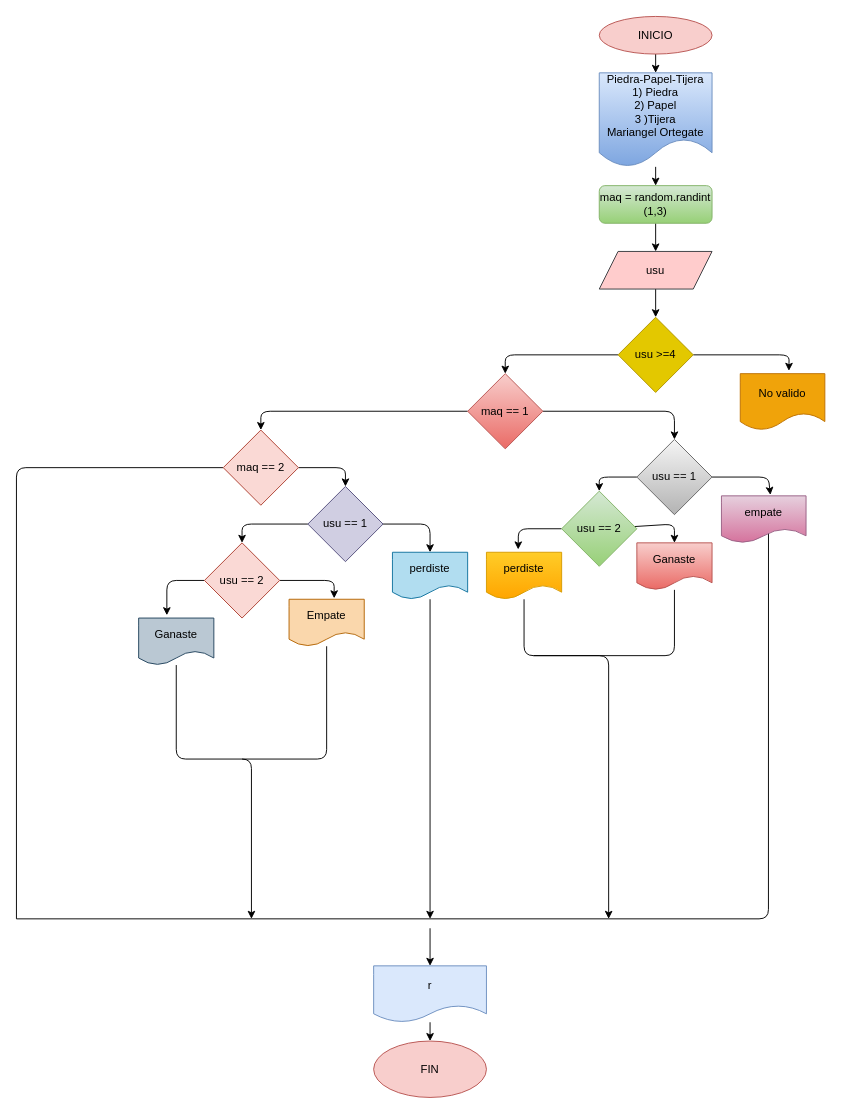
The draw.io diagram diagrama.drawio in Ortegatemariangel/Piedra_Papel_Tijera, before the edit. Source tidied: cells renumbered, new cells numbered last; positions are measured from the earlier drawing's top-left corner, leaving out a move shared by most shapes. Both pictures are drawn from the tidied source at 94%, with x=0, y=0 at pixel (16, 16).
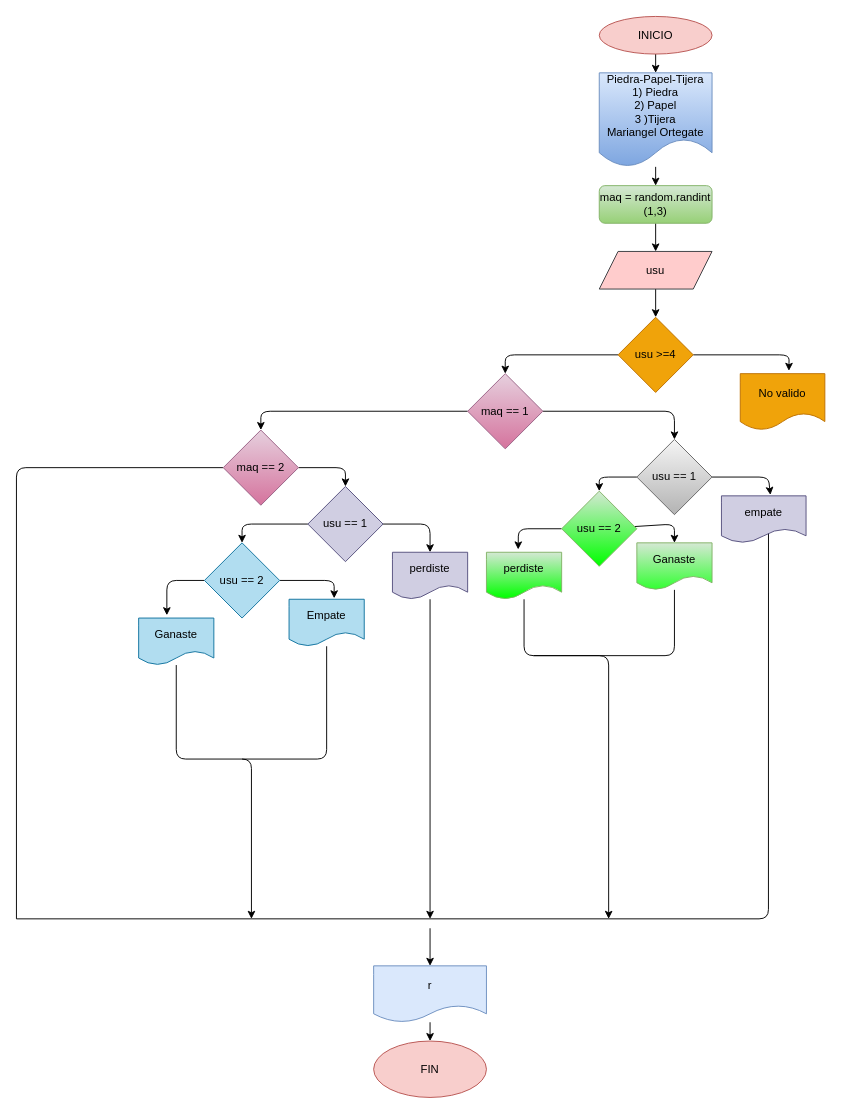
After the change.

What changed in the source:
```diff
@@
-    <mxCell id="12" value="usu &amp;gt;=4" style="rhombus;whiteSpace=wrap;html=1;fillColor=#e3c800;fontColor=#000000;strokeColor=#B09500;" parent="1" vertex="1">
+    <mxCell id="12" value="usu &amp;gt;=4" style="rhombus;whiteSpace=wrap;html=1;fillColor=#f0a30a;strokeColor=#BD7000;fontColor=#000000;" parent="1" vertex="1">
       <mxGeometry x="640" y="320" width="80" height="80" as="geometry" />
     </mxCell>
@@
-    <mxCell id="16" value="&lt;font color=&quot;#000000&quot;&gt;maq == 1&lt;/font&gt;" style="rhombus;whiteSpace=wrap;html=1;fillColor=#f8cecc;strokeColor=#b85450;gradientColor=#ea6b66;" parent="1" vertex="1">
+    <mxCell id="16" value="&lt;font color=&quot;#000000&quot;&gt;maq == 1&lt;/font&gt;" style="rhombus;whiteSpace=wrap;html=1;fillColor=#e6d0de;strokeColor=#996185;gradientColor=#d5739d;" parent="1" vertex="1">
       <mxGeometry x="480" y="380" width="80" height="80" as="geometry" />
     </mxCell>
@@
-    <mxCell id="22" value="&lt;font color=&quot;#000000&quot;&gt;maq == 2&lt;/font&gt;" style="rhombus;whiteSpace=wrap;html=1;fillColor=#fad9d5;strokeColor=#ae4132;" parent="1" vertex="1">
+    <mxCell id="22" value="&lt;font color=&quot;#000000&quot;&gt;maq == 2&lt;/font&gt;" style="rhombus;whiteSpace=wrap;html=1;fillColor=#e6d0de;strokeColor=#996185;gradientColor=#d5739d;" parent="1" vertex="1">
       <mxGeometry x="220" y="440" width="80" height="80" as="geometry" />
     </mxCell>
@@
-    <mxCell id="24" value="&lt;font color=&quot;#000000&quot;&gt;empate&lt;/font&gt;" style="shape=document;whiteSpace=wrap;html=1;boundedLbl=1;fillColor=#e6d0de;strokeColor=#996185;gradientColor=#d5739d;" parent="1" vertex="1">
+    <mxCell id="24" value="&lt;font color=&quot;#000000&quot;&gt;empate&lt;/font&gt;" style="shape=document;whiteSpace=wrap;html=1;boundedLbl=1;fillColor=#d0cee2;strokeColor=#56517e;" parent="1" vertex="1">
       <mxGeometry x="750" y="510" width="90" height="50" as="geometry" />
     </mxCell>
@@
-    <mxCell id="27" value="&lt;font color=&quot;#000000&quot;&gt;usu == 2&lt;/font&gt;" style="rhombus;whiteSpace=wrap;html=1;fillColor=#d5e8d4;strokeColor=#82b366;gradientColor=#97d077;" parent="1" vertex="1">
+    <mxCell id="27" value="&lt;font color=&quot;#000000&quot;&gt;usu == 2&lt;/font&gt;" style="rhombus;whiteSpace=wrap;html=1;fillColor=#d5e8d4;strokeColor=#82b366;gradientColor=#00FF00;" parent="1" vertex="1">
       <mxGeometry x="580" y="505" width="80" height="80" as="geometry" />
     </mxCell>
@@
-    <mxCell id="29" value="&lt;font color=&quot;#000000&quot;&gt;Ganaste&lt;/font&gt;" style="shape=document;whiteSpace=wrap;html=1;boundedLbl=1;fillColor=#f8cecc;strokeColor=#b85450;gradientColor=#ea6b66;" parent="1" vertex="1">
+    <mxCell id="29" value="&lt;font color=&quot;#000000&quot;&gt;Ganaste&lt;/font&gt;" style="shape=document;whiteSpace=wrap;html=1;boundedLbl=1;fillColor=#d5e8d4;strokeColor=#82b366;gradientColor=#33FF33;" parent="1" vertex="1">
       <mxGeometry x="660" y="560" width="80" height="50" as="geometry" />
     </mxCell>
@@
-    <mxCell id="31" value="&lt;font color=&quot;#000000&quot;&gt;perdiste&lt;/font&gt;" style="shape=document;whiteSpace=wrap;html=1;boundedLbl=1;fillColor=#ffcd28;strokeColor=#d79b00;gradientColor=#ffa500;" parent="1" vertex="1">
+    <mxCell id="31" value="&lt;font color=&quot;#000000&quot;&gt;perdiste&lt;/font&gt;" style="shape=document;whiteSpace=wrap;html=1;boundedLbl=1;fillColor=#d5e8d4;strokeColor=#82b366;gradientColor=#00FF00;" parent="1" vertex="1">
       <mxGeometry x="500" y="570" width="80" height="50" as="geometry" />
     </mxCell>
@@
-    <mxCell id="36" value="&lt;font color=&quot;#000000&quot;&gt;perdiste&lt;/font&gt;" style="shape=document;whiteSpace=wrap;html=1;boundedLbl=1;fillColor=#b1ddf0;strokeColor=#10739e;" parent="1" vertex="1">
+    <mxCell id="36" value="&lt;font color=&quot;#000000&quot;&gt;perdiste&lt;/font&gt;" style="shape=document;whiteSpace=wrap;html=1;boundedLbl=1;fillColor=#d0cee2;strokeColor=#56517e;" parent="1" vertex="1">
       <mxGeometry x="400" y="570" width="80" height="50" as="geometry" />
     </mxCell>
@@
-    <mxCell id="39" value="&lt;font color=&quot;#000000&quot;&gt;usu == 2&lt;/font&gt;" style="rhombus;whiteSpace=wrap;html=1;fillColor=#fad9d5;strokeColor=#ae4132;" parent="1" vertex="1">
+    <mxCell id="39" value="&lt;font color=&quot;#000000&quot;&gt;usu == 2&lt;/font&gt;" style="rhombus;whiteSpace=wrap;html=1;fillColor=#b1ddf0;strokeColor=#10739e;" parent="1" vertex="1">
       <mxGeometry x="200" y="560" width="80" height="80" as="geometry" />
     </mxCell>
@@
-    <mxCell id="41" value="&lt;font color=&quot;#000000&quot;&gt;Empate&lt;/font&gt;" style="shape=document;whiteSpace=wrap;html=1;boundedLbl=1;fillColor=#fad7ac;strokeColor=#b46504;" parent="1" vertex="1">
+    <mxCell id="41" value="&lt;font color=&quot;#000000&quot;&gt;Empate&lt;/font&gt;" style="shape=document;whiteSpace=wrap;html=1;boundedLbl=1;fillColor=#b1ddf0;strokeColor=#10739e;" parent="1" vertex="1">
       <mxGeometry x="290" y="620" width="80" height="50" as="geometry" />
     </mxCell>
@@
-    <mxCell id="43" value="&lt;font color=&quot;#000000&quot;&gt;Ganaste&lt;/font&gt;" style="shape=document;whiteSpace=wrap;html=1;boundedLbl=1;fillColor=#bac8d3;strokeColor=#23445d;" parent="1" vertex="1">
+    <mxCell id="43" value="&lt;font color=&quot;#000000&quot;&gt;Ganaste&lt;/font&gt;" style="shape=document;whiteSpace=wrap;html=1;boundedLbl=1;fillColor=#b1ddf0;strokeColor=#10739e;" parent="1" vertex="1">
       <mxGeometry x="130" y="640" width="80" height="50" as="geometry" />
     </mxCell>
```
